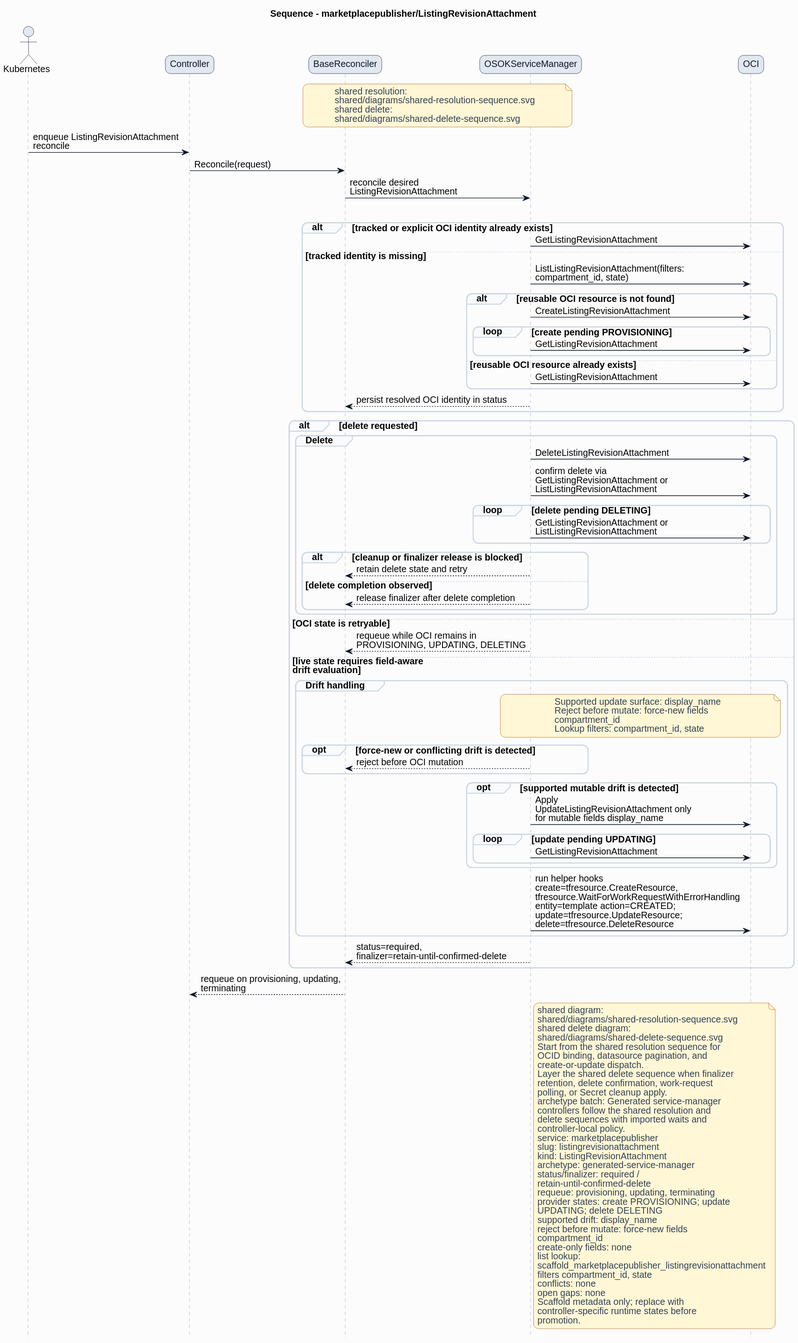
Before: formal/controllers/marketplacepublisher/listingrevisionattachment/diagrams/sequence.svg, a diagram exported from PlantUML (HaoyL666/oci-service-operator).
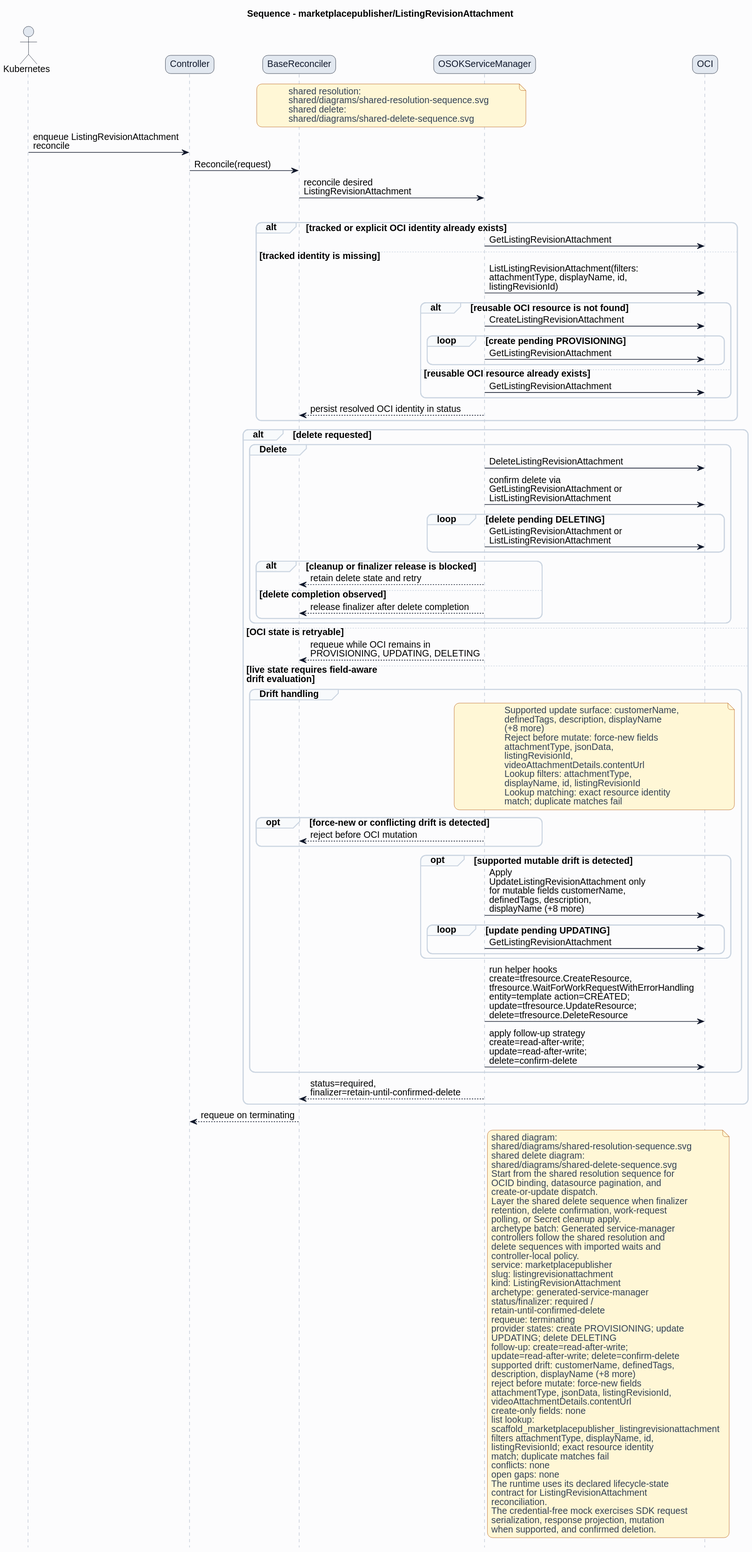
After the change.

Change to the diagram source:
```diff
@@ -38,7 +38,7 @@
 alt tracked or explicit OCI identity already exists
 ServiceManager -> OCI: GetListingRevisionAttachment
 else tracked identity is missing
-ServiceManager -> OCI: ListListingRevisionAttachment(filters:\ncompartment_id, state)
+ServiceManager -> OCI: ListListingRevisionAttachment(filters:\nattachmentType, displayName, id,\nlistingRevisionId)
 alt reusable OCI resource is not found
 ServiceManager -> OCI: CreateListingRevisionAttachment
 loop create pending PROVISIONING
@@ -67,25 +67,33 @@
 else live state requires field-aware\ndrift evaluation
 group Drift handling
 note over ServiceManager,OCI
-Supported update surface: display_name
+Supported update surface: customerName,
+definedTags, description, displayName
+(+8 more)
 Reject before mutate: force-new fields
-compartment_id
-Lookup filters: compartment_id, state
+attachmentType, jsonData,
+listingRevisionId,
+videoAttachmentDetails.contentUrl
+Lookup filters: attachmentType,
+displayName, id, listingRevisionId
+Lookup matching: exact resource identity
+match; duplicate matches fail
 end note
 opt force-new or conflicting drift is detected
 ServiceManager --> BaseReconciler: reject before OCI mutation
 end
 opt supported mutable drift is detected
-ServiceManager -> OCI: Apply\nUpdateListingRevisionAttachment only\nfor mutable fields display_name
+ServiceManager -> OCI: Apply\nUpdateListingRevisionAttachment only\nfor mutable fields customerName,\ndefinedTags, description,\ndisplayName (+8 more)
 loop update pending UPDATING
 ServiceManager -> OCI: GetListingRevisionAttachment
 end
 end
 ServiceManager -> OCI: run helper hooks\ncreate=tfresource.CreateResource,\ntfresource.WaitForWorkRequestWithErrorHandling\nentity=template action=CREATED;\nupdate=tfresource.UpdateResource;\ndelete=tfresource.DeleteResource
+ServiceManager -> OCI: apply follow-up strategy\ncreate=read-after-write;\nupdate=read-after-write;\ndelete=confirm-delete
 end
 ServiceManager --> BaseReconciler: status=required,\nfinalizer=retain-until-confirmed-delete
 end
-BaseReconciler --> Controller: requeue on provisioning, updating,\nterminating
+BaseReconciler --> Controller: requeue on terminating
 note right of ServiceManager
 shared diagram:
 shared/diagrams/shared-resolution-sequence.svg
@@ -107,20 +115,29 @@
 archetype: generated-service-manager
 status/finalizer: required /
 retain-until-confirmed-delete
-requeue: provisioning, updating, terminating
+requeue: terminating
 provider states: create PROVISIONING; update
 UPDATING; delete DELETING
-supported drift: display_name
+follow-up: create=read-after-write;
+update=read-after-write; delete=confirm-delete
+supported drift: customerName, definedTags,
+description, displayName (+8 more)
 reject before mutate: force-new fields
-compartment_id
+attachmentType, jsonData, listingRevisionId,
+videoAttachmentDetails.contentUrl
 create-only fields: none
 list lookup:
 scaffold_marketplacepublisher_listingrevisionattachment
-filters compartment_id, state
+filters attachmentType, displayName, id,
+listingRevisionId; exact resource identity
+match; duplicate matches fail
 conflicts: none
 open gaps: none
-Scaffold metadata only; replace with
-controller-specific runtime states before
-promotion.
+The runtime uses its declared lifecycle-state
+contract for ListingRevisionAttachment
+reconciliation.
+The credential-free mock exercises SDK request
+serialization, response projection, mutation
+when supported, and confirmed deletion.
 end note
 @enduml
```
